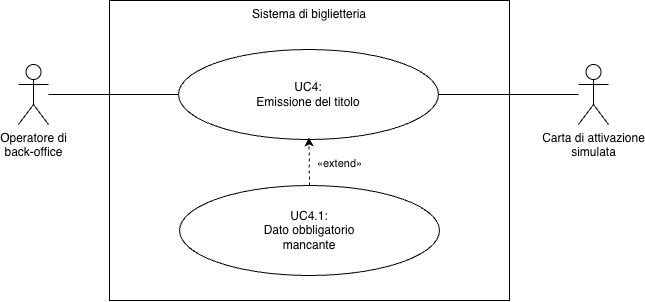
Above: img/diagrams/uc-4.png in Leddosja/thesis-EdisHodja (draw.io), before the change. Source tidied: cells renumbered, new cells last; positions are measured from the earlier drawing's top-left corner, leaving out a move shared by most shapes.
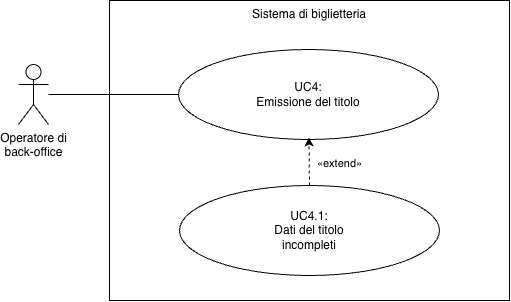
The same diagram one commit later.

Diff of the diagram source:
```diff
@@ -14,15 +14,7 @@
     <mxCell id="5" value="Operatore di&lt;br&gt;back-office" style="shape=umlActor;verticalLabelPosition=bottom;verticalAlign=top;html=1;rounded=0;strokeColor=default;align=center;fontFamily=Helvetica;fontSize=12;fontColor=default;fillColor=default;" parent="1" vertex="1">
       <mxGeometry y="64" width="30" height="60" as="geometry" />
     </mxCell>
-    <mxCell id="6" style="edgeStyle=none;html=1;entryX=1;entryY=0.5;entryDx=0;entryDy=0;endArrow=none;endFill=0;verticalAlign=middle;" parent="1" edge="1" source="7">
-      <mxGeometry relative="1" as="geometry">
-        <mxPoint x="420" y="94" as="targetPoint" />
-      </mxGeometry>
-    </mxCell>
-    <mxCell id="7" value="Carta di attivazione&lt;br&gt;simulata" style="shape=umlActor;verticalLabelPosition=bottom;verticalAlign=top;html=1;rounded=0;strokeColor=default;align=center;fontFamily=Helvetica;fontSize=12;fontColor=default;fillColor=default;" parent="1" vertex="1">
-      <mxGeometry x="560" y="64" width="30" height="60" as="geometry" />
-    </mxCell>
-    <mxCell id="8" value="UC4.1:&lt;br&gt;Dato obbligatorio&lt;br&gt;mancante" style="ellipse;whiteSpace=wrap;html=1;rounded=0;strokeColor=default;align=center;verticalAlign=middle;fontFamily=Helvetica;fontSize=12;fontColor=default;fillColor=default;" parent="1" vertex="1">
+    <mxCell id="8" value="UC4.1:&lt;br&gt;Dati del titolo&lt;br&gt;incompleti" style="ellipse;whiteSpace=wrap;html=1;rounded=0;strokeColor=default;align=center;verticalAlign=middle;fontFamily=Helvetica;fontSize=12;fontColor=default;fillColor=default;" parent="1" vertex="1">
       <mxGeometry x="161" y="185" width="260" height="90" as="geometry" />
     </mxCell>
     <mxCell id="9" style="edgeStyle=none;html=1;dashed=1;entryX=0.5;entryY=1;entryDx=0;entryDy=0;exitX=0.5;exitY=0;exitDx=0;exitDy=0;" parent="1" edge="1" source="8">
```
